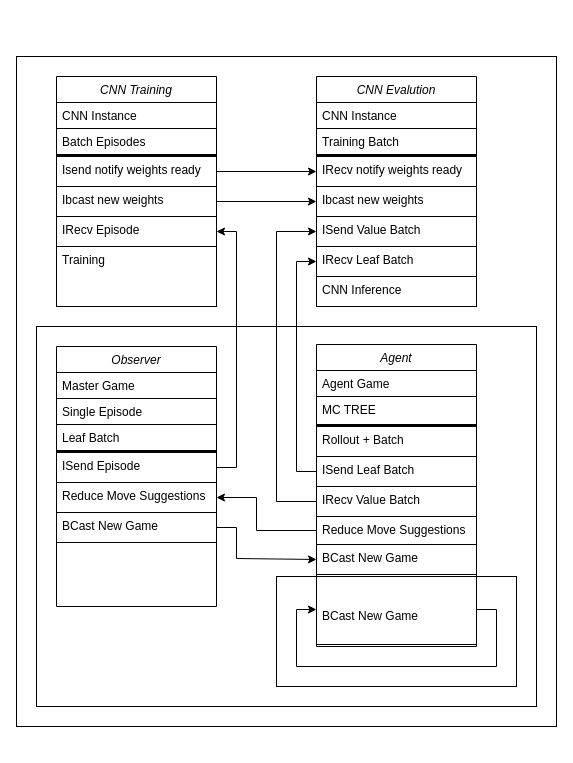
This is resources/Processes.drawio from cry-phy/rlzilatran, a draw.io file, before an edit. Source tidied: cells renumbered, new cells numbered last; positions are measured from the earlier drawing's top-left corner, leaving out a move shared by most shapes. Both pictures are drawn from the tidied source at 100%, with x=0, y=0 at pixel (16, 56).
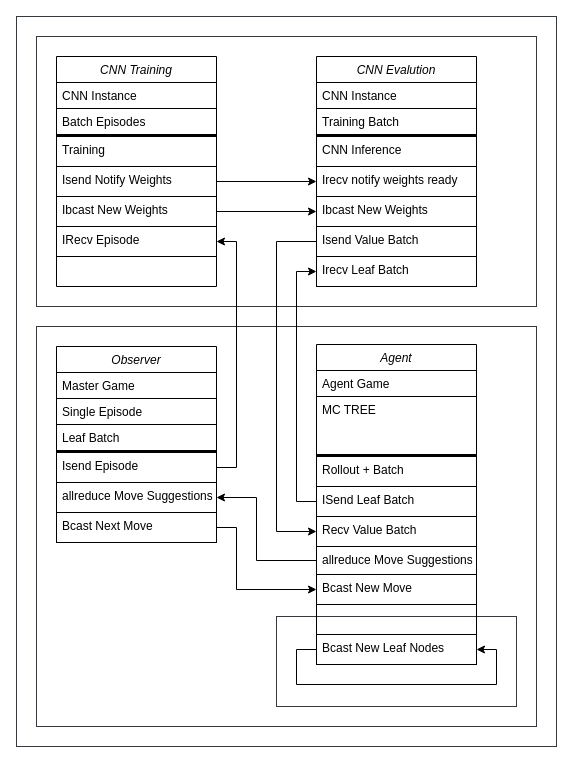
After the change.

Commit message (it also covers changes not shown here):
docs: Updated flow chart

<type>(<scope>): <subject>

Diff of the diagram source:
```diff
@@
-    <mxCell id="2" style="whiteSpace=wrap;html=1;fontColor=light-dark(#000000,#000000);strokeColor=light-dark(#000000,#000000);fillColor=none;" parent="1" vertex="1">
-      <mxGeometry width="540" height="670" as="geometry" />
+    <mxCell id="2" style="whiteSpace=wrap;html=1;fillStyle=auto;rounded=0;glass=0;fillColor=none;strokeColor=#36393d;" parent="1" vertex="1">
+      <mxGeometry y="-40" width="540" height="730" as="geometry" />
     </mxCell>
+    <mxCell id="48" style="whiteSpace=wrap;html=1;strokeColor=#36393d;fillColor=none;" parent="1" vertex="1">
+      <mxGeometry x="20" y="-20" width="500" height="270" as="geometry" />
+    </mxCell>
-    <mxCell id="3" style="whiteSpace=wrap;html=1;fontColor=light-dark(#000000,#000000);strokeColor=light-dark(#000000,#000000);fillColor=none;" parent="1" vertex="1">
-      <mxGeometry x="20" y="270" width="500" height="380" as="geometry" />
+    <mxCell id="3" style="whiteSpace=wrap;html=1;strokeColor=#36393d;fillColor=none;" parent="1" vertex="1">
+      <mxGeometry x="20" y="270" width="500" height="400" as="geometry" />
     </mxCell>
-    <mxCell id="4" style="whiteSpace=wrap;html=1;fontColor=light-dark(#000000,#000000);strokeColor=light-dark(#000000,#000000);fillColor=none;" parent="1" vertex="1">
-      <mxGeometry x="260" y="520" width="240" height="110" as="geometry" />
+    <mxCell id="4" style="whiteSpace=wrap;html=1;strokeColor=#36393d;fillColor=none;" parent="1" vertex="1">
+      <mxGeometry x="260" y="560" width="240" height="90" as="geometry" />
     </mxCell>
     <mxCell id="5" value="CNN Training" style="swimlane;fontStyle=2;align=center;verticalAlign=top;horizontal=1;startSize=26;rounded=0;shadow=0;strokeWidth=1;fontColor=light-dark(#000000,#000000);strokeColor=light-dark(#000000,#000000);fillColor=none;" parent="1" vertex="1">
-      <mxGeometry x="40" y="20" width="160" height="230" as="geometry" />
+      <mxGeometry x="40" width="160" height="230" as="geometry" />
     </mxCell>
@@
+    <mxCell id="12" value="Training" style="text;align=left;verticalAlign=top;spacingLeft=4;spacingRight=4;overflow=hidden;rounded=0;shadow=0;html=0;fontColor=light-dark(#000000,#000000);strokeColor=light-dark(#000000,#000000);" parent="5" vertex="1">
+      <mxGeometry y="80" width="160" height="30" as="geometry" />
+    </mxCell>
-    <mxCell id="9" value="Isend notify weights ready" style="text;align=left;verticalAlign=top;spacingLeft=4;spacingRight=4;overflow=hidden;points=[[0,0.5],[1,0.5]];portConstraint=eastwest;fontColor=light-dark(#000000,#000000);strokeColor=light-dark(#000000,#000000);" parent="5" vertex="1">
-      <mxGeometry y="80" width="160" height="30" as="geometry" />
+    <mxCell id="9" value="Isend Notify Weights" style="text;align=left;verticalAlign=top;spacingLeft=4;spacingRight=4;overflow=hidden;points=[[0,0.5],[1,0.5]];portConstraint=eastwest;fontColor=light-dark(#000000,#000000);strokeColor=light-dark(#000000,#000000);" parent="5" vertex="1">
+      <mxGeometry y="110" width="160" height="30" as="geometry" />
     </mxCell>
-    <mxCell id="10" value="Ibcast new weights" style="text;align=left;verticalAlign=top;spacingLeft=4;spacingRight=4;overflow=hidden;points=[[0,0.5],[1,0.5]];portConstraint=eastwest;rounded=0;shadow=0;html=0;fontColor=light-dark(#000000,#000000);strokeColor=light-dark(#000000,#000000);" parent="5" vertex="1">
-      <mxGeometry y="110" width="160" height="30" as="geometry" />
+    <mxCell id="10" value="Ibcast New Weights" style="text;align=left;verticalAlign=top;spacingLeft=4;spacingRight=4;overflow=hidden;points=[[0,0.5],[1,0.5]];portConstraint=eastwest;rounded=0;shadow=0;html=0;fontColor=light-dark(#000000,#000000);strokeColor=light-dark(#000000,#000000);" parent="5" vertex="1">
+      <mxGeometry y="140" width="160" height="30" as="geometry" />
     </mxCell>
     <mxCell id="11" value="IRecv Episode" style="text;align=left;verticalAlign=top;spacingLeft=4;spacingRight=4;overflow=hidden;points=[[0,0.5],[1,0.5]];portConstraint=eastwest;rounded=0;shadow=0;html=0;fontColor=light-dark(#000000,#000000);strokeColor=light-dark(#000000,#000000);" parent="5" vertex="1">
-      <mxGeometry y="140" width="160" height="30" as="geometry" />
+      <mxGeometry y="170" width="160" height="30" as="geometry" />
     </mxCell>
-    <mxCell id="12" value="Training" style="text;align=left;verticalAlign=top;spacingLeft=4;spacingRight=4;overflow=hidden;rounded=0;shadow=0;html=0;fontColor=light-dark(#000000,#000000);strokeColor=light-dark(#000000,#000000);" parent="5" vertex="1">
-      <mxGeometry y="170" width="160" height="60" as="geometry" />
-    </mxCell>
     <mxCell id="13" value="CNN Evalution" style="swimlane;fontStyle=2;align=center;verticalAlign=top;horizontal=1;startSize=26;rounded=0;shadow=0;strokeWidth=1;fontColor=light-dark(#000000,#000000);strokeColor=light-dark(#000000,#000000);fillColor=none;" parent="1" vertex="1">
-      <mxGeometry x="300" y="20" width="160" height="230" as="geometry" />
+      <mxGeometry x="300" width="160" height="230" as="geometry" />
     </mxCell>
@@
+    <mxCell id="21" value="CNN Inference " style="text;align=left;verticalAlign=top;spacingLeft=4;spacingRight=4;overflow=hidden;rounded=0;shadow=0;html=0;fontColor=light-dark(#000000,#000000);strokeColor=light-dark(#000000,#000000);" parent="13" vertex="1">
+      <mxGeometry y="80" width="160" height="30" as="geometry" />
+    </mxCell>
-    <mxCell id="17" value="IRecv notify weights ready" style="text;align=left;verticalAlign=top;spacingLeft=4;spacingRight=4;overflow=hidden;points=[[0,0.5],[1,0.5]];portConstraint=eastwest;rounded=0;shadow=0;html=0;fontColor=light-dark(#000000,#000000);strokeColor=light-dark(#000000,#000000);" parent="13" vertex="1">
-      <mxGeometry y="80" width="160" height="30" as="geometry" />
+    <mxCell id="17" value="Irecv notify weights ready" style="text;align=left;verticalAlign=top;spacingLeft=4;spacingRight=4;overflow=hidden;points=[[0,0.5],[1,0.5]];portConstraint=eastwest;rounded=0;shadow=0;html=0;fontColor=light-dark(#000000,#000000);strokeColor=light-dark(#000000,#000000);" parent="13" vertex="1">
+      <mxGeometry y="110" width="160" height="30" as="geometry" />
     </mxCell>
-    <mxCell id="18" value="Ibcast new weights" style="text;align=left;verticalAlign=top;spacingLeft=4;spacingRight=4;overflow=hidden;points=[[0,0.5],[1,0.5]];portConstraint=eastwest;rounded=0;shadow=0;html=0;fontColor=light-dark(#000000,#000000);strokeColor=light-dark(#000000,#000000);" parent="13" vertex="1">
-      <mxGeometry y="110" width="160" height="30" as="geometry" />
+    <mxCell id="18" value="Ibcast New Weights" style="text;align=left;verticalAlign=top;spacingLeft=4;spacingRight=4;overflow=hidden;points=[[0,0.5],[1,0.5]];portConstraint=eastwest;rounded=0;shadow=0;html=0;fontColor=light-dark(#000000,#000000);strokeColor=light-dark(#000000,#000000);" parent="13" vertex="1">
+      <mxGeometry y="140" width="160" height="30" as="geometry" />
     </mxCell>
-    <mxCell id="19" value="ISend Value Batch" style="text;align=left;verticalAlign=top;spacingLeft=4;spacingRight=4;overflow=hidden;points=[[0,0.5],[1,0.5]];portConstraint=eastwest;rounded=0;shadow=0;html=0;fontColor=light-dark(#000000,#000000);strokeColor=light-dark(#000000,#000000);" parent="13" vertex="1">
-      <mxGeometry y="140" width="160" height="30" as="geometry" />
+    <mxCell id="19" value="Isend Value Batch" style="text;align=left;verticalAlign=top;spacingLeft=4;spacingRight=4;overflow=hidden;points=[[0,0.5],[1,0.5]];portConstraint=eastwest;rounded=0;shadow=0;html=0;fontColor=light-dark(#000000,#000000);strokeColor=light-dark(#000000,#000000);" parent="13" vertex="1">
+      <mxGeometry y="170" width="160" height="30" as="geometry" />
     </mxCell>
-    <mxCell id="20" value="IRecv Leaf Batch" style="text;align=left;verticalAlign=top;spacingLeft=4;spacingRight=4;overflow=hidden;points=[[0,0.5],[1,0.5]];portConstraint=eastwest;rounded=0;shadow=0;html=0;fontColor=light-dark(#000000,#000000);strokeColor=light-dark(#000000,#000000);" parent="13" vertex="1">
-      <mxGeometry y="170" width="160" height="30" as="geometry" />
+    <mxCell id="20" value="Irecv Leaf Batch" style="text;align=left;verticalAlign=top;spacingLeft=4;spacingRight=4;overflow=hidden;points=[[0,0.5],[1,0.5]];portConstraint=eastwest;rounded=0;shadow=0;html=0;fontColor=light-dark(#000000,#000000);strokeColor=light-dark(#000000,#000000);" parent="13" vertex="1">
+      <mxGeometry y="200" width="160" height="30" as="geometry" />
     </mxCell>
-    <mxCell id="21" value="CNN Inference " style="text;align=left;verticalAlign=top;spacingLeft=4;spacingRight=4;overflow=hidden;rounded=0;shadow=0;html=0;fontColor=light-dark(#000000,#000000);strokeColor=light-dark(#000000,#000000);" parent="13" vertex="1">
-      <mxGeometry y="200" width="160" height="30" as="geometry" />
-    </mxCell>
     <mxCell id="22" value="Observer" style="swimlane;fontStyle=2;align=center;verticalAlign=top;horizontal=1;startSize=26;rounded=0;shadow=0;strokeWidth=1;fontColor=light-dark(#000000,#000000);strokeColor=light-dark(#000000,#000000);fillColor=none;" parent="1" vertex="1">
-      <mxGeometry x="40" y="290" width="160" height="260" as="geometry" />
+      <mxGeometry x="40" y="290" width="160" height="196" as="geometry" />
     </mxCell>
@@
-    <mxCell id="27" value="ISend Episode" style="text;align=left;verticalAlign=top;spacingLeft=4;spacingRight=4;overflow=hidden;points=[[0,0.5],[1,0.5]];portConstraint=eastwest;rounded=0;shadow=0;html=0;fontColor=light-dark(#000000,#000000);strokeColor=light-dark(#000000,#000000);" parent="22" vertex="1">
+    <mxCell id="27" value="Isend Episode" style="text;align=left;verticalAlign=top;spacingLeft=4;spacingRight=4;overflow=hidden;points=[[0,0.5],[1,0.5]];portConstraint=eastwest;rounded=0;shadow=0;html=0;fontColor=light-dark(#000000,#000000);strokeColor=light-dark(#000000,#000000);" parent="22" vertex="1">
       <mxGeometry y="106" width="160" height="30" as="geometry" />
     </mxCell>
-    <mxCell id="28" value="Reduce Move Suggestions" style="text;align=left;verticalAlign=top;spacingLeft=4;spacingRight=4;overflow=hidden;points=[[0,0.5],[1,0.5]];portConstraint=eastwest;rounded=0;shadow=0;html=0;fontColor=light-dark(#000000,#000000);strokeColor=light-dark(#000000,#000000);" parent="22" vertex="1">
+    <mxCell id="28" value="allreduce Move Suggestions" style="text;align=left;verticalAlign=top;spacingLeft=4;spacingRight=4;overflow=hidden;points=[[0,0.5],[1,0.5]];portConstraint=eastwest;rounded=0;shadow=0;html=0;fontColor=light-dark(#000000,#000000);strokeColor=light-dark(#000000,#000000);" parent="22" vertex="1">
       <mxGeometry y="136" width="160" height="30" as="geometry" />
     </mxCell>
-    <mxCell id="29" value="BCast New Game" style="text;align=left;verticalAlign=top;spacingLeft=4;spacingRight=4;overflow=hidden;points=[[0,0.5],[1,0.5]];portConstraint=eastwest;rounded=0;shadow=0;html=0;fontColor=light-dark(#000000,#000000);strokeColor=light-dark(#000000,#000000);" parent="22" vertex="1">
+    <mxCell id="29" value="Bcast Next Move" style="text;align=left;verticalAlign=top;spacingLeft=4;spacingRight=4;overflow=hidden;points=[[0,0.5],[1,0.5]];portConstraint=eastwest;rounded=0;shadow=0;html=0;fontColor=light-dark(#000000,#000000);strokeColor=light-dark(#000000,#000000);" parent="22" vertex="1">
       <mxGeometry y="166" width="160" height="30" as="geometry" />
     </mxCell>
     <mxCell id="30" value="Agent" style="swimlane;fontStyle=2;align=center;verticalAlign=top;horizontal=1;startSize=26;rounded=0;shadow=0;strokeWidth=1;fontColor=light-dark(#000000,#000000);strokeColor=light-dark(#000000,#000000);fillColor=none;" parent="1" vertex="1">
-      <mxGeometry x="300" y="288" width="160" height="302" as="geometry" />
+      <mxGeometry x="300" y="288" width="160" height="320" as="geometry" />
     </mxCell>
@@
     <mxCell id="32" value="MC TREE" style="text;align=left;verticalAlign=top;spacingLeft=4;spacingRight=4;overflow=hidden;rounded=0;shadow=0;html=0;fontColor=light-dark(#000000,#000000);strokeColor=light-dark(#000000,#000000);" parent="30" vertex="1">
-      <mxGeometry y="52" width="160" height="28" as="geometry" />
+      <mxGeometry y="52" width="160" height="58" as="geometry" />
     </mxCell>
     <mxCell id="33" style="line;html=1;strokeWidth=1;align=left;verticalAlign=middle;spacingTop=-1;spacingLeft=3;spacingRight=3;labelPosition=right;fontColor=light-dark(#000000,#000000);strokeColor=light-dark(#000000,#000000);" parent="30" vertex="1">
-      <mxGeometry y="80" width="160" height="2" as="geometry" />
+      <mxGeometry y="110" width="160" height="2" as="geometry" />
     </mxCell>
     <mxCell id="34" value="Rollout + Batch" style="text;align=left;verticalAlign=top;spacingLeft=4;spacingRight=4;overflow=hidden;rounded=0;shadow=0;html=0;fontColor=light-dark(#000000,#000000);strokeColor=light-dark(#000000,#000000);" parent="30" vertex="1">
-      <mxGeometry y="82" width="160" height="30" as="geometry" />
+      <mxGeometry y="112" width="160" height="30" as="geometry" />
     </mxCell>
     <mxCell id="35" value="ISend Leaf Batch" style="text;align=left;verticalAlign=top;spacingLeft=4;spacingRight=4;overflow=hidden;points=[[0,0.5],[1,0.5]];portConstraint=eastwest;rounded=0;shadow=0;html=0;fontColor=light-dark(#000000,#000000);strokeColor=light-dark(#000000,#000000);" parent="30" vertex="1">
-      <mxGeometry y="112" width="160" height="30" as="geometry" />
+      <mxGeometry y="142" width="160" height="30" as="geometry" />
     </mxCell>
-    <mxCell id="36" value="IRecv Value Batch" style="text;align=left;verticalAlign=top;spacingLeft=4;spacingRight=4;overflow=hidden;points=[[0,0.5],[1,0.5]];portConstraint=eastwest;rounded=0;shadow=0;html=0;fontColor=light-dark(#000000,#000000);strokeColor=light-dark(#000000,#000000);" parent="30" vertex="1">
-      <mxGeometry y="142" width="160" height="30" as="geometry" />
+    <mxCell id="36" value="Recv Value Batch" style="text;align=left;verticalAlign=top;spacingLeft=4;spacingRight=4;overflow=hidden;points=[[0,0.5],[1,0.5]];portConstraint=eastwest;rounded=0;shadow=0;html=0;fontColor=light-dark(#000000,#000000);strokeColor=light-dark(#000000,#000000);" parent="30" vertex="1">
+      <mxGeometry y="172" width="160" height="30" as="geometry" />
     </mxCell>
-    <mxCell id="37" value="Reduce Move Suggestions" style="text;align=left;verticalAlign=top;spacingLeft=4;spacingRight=4;overflow=hidden;points=[[0,0.5],[1,0.5]];portConstraint=eastwest;rounded=0;shadow=0;html=0;fontColor=light-dark(#000000,#000000);strokeColor=light-dark(#000000,#000000);" parent="30" vertex="1">
-      <mxGeometry y="172" width="160" height="28" as="geometry" />
+    <mxCell id="37" value="allreduce Move Suggestions" style="text;align=left;verticalAlign=top;spacingLeft=4;spacingRight=4;overflow=hidden;points=[[0,0.5],[1,0.5]];portConstraint=eastwest;rounded=0;shadow=0;html=0;fontColor=light-dark(#000000,#000000);strokeColor=light-dark(#000000,#000000);" parent="30" vertex="1">
+      <mxGeometry y="202" width="160" height="28" as="geometry" />
     </mxCell>
-    <mxCell id="38" value="BCast New Game" style="text;align=left;verticalAlign=top;spacingLeft=4;spacingRight=4;overflow=hidden;points=[[0,0.5],[1,0.5]];portConstraint=eastwest;rounded=0;shadow=0;html=0;fontColor=light-dark(#000000,#000000);strokeColor=light-dark(#000000,#000000);" parent="30" vertex="1">
-      <mxGeometry y="200" width="160" height="30" as="geometry" />
+    <mxCell id="38" value="Bcast New Move" style="text;align=left;verticalAlign=top;spacingLeft=4;spacingRight=4;overflow=hidden;points=[[0,0.5],[1,0.5]];portConstraint=eastwest;rounded=0;shadow=0;html=0;fontColor=light-dark(#000000,#000000);strokeColor=light-dark(#000000,#000000);" parent="30" vertex="1">
+      <mxGeometry y="230" width="160" height="30" as="geometry" />
     </mxCell>
+    <mxCell id="49" style="text;align=left;verticalAlign=top;spacingLeft=4;spacingRight=4;overflow=hidden;rounded=0;shadow=0;html=0;fontColor=light-dark(#000000,#000000);strokeColor=light-dark(#000000,#000000);" parent="30" vertex="1">
+      <mxGeometry y="260" width="160" height="30" as="geometry" />
+    </mxCell>
-    <mxCell id="39" value="&#10;&#10;BCast New Game" style="text;align=left;verticalAlign=top;spacingLeft=4;spacingRight=4;overflow=hidden;points=[[0,0.5],[1,0.5]];portConstraint=eastwest;rounded=0;shadow=0;html=0;fontColor=light-dark(#000000,#000000);strokeColor=light-dark(#000000,#000000);" parent="30" vertex="1">
-      <mxGeometry y="230" width="160" height="70" as="geometry" />
+    <mxCell id="39" value="Bcast New Leaf Nodes" style="text;align=left;verticalAlign=top;spacingLeft=4;spacingRight=4;overflow=hidden;points=[[0,0.5],[1,0.5]];portConstraint=eastwest;rounded=0;shadow=0;html=0;fontColor=light-dark(#000000,#000000);strokeColor=light-dark(#000000,#000000);" parent="30" vertex="1">
+      <mxGeometry y="290" width="160" height="30" as="geometry" />
     </mxCell>
-    <mxCell id="40" style="edgeStyle=orthogonalEdgeStyle;rounded=0;orthogonalLoop=1;jettySize=auto;html=1;exitX=1;exitY=0.5;exitDx=0;exitDy=0;entryX=0;entryY=0.5;entryDx=0;entryDy=0;strokeColor=light-dark(#000000,#000000);" parent="30" edge="1" source="39" target="39">
-      <mxGeometry relative="1" as="geometry">
-        <Array as="points">
-          <mxPoint x="180" y="265" />
-          <mxPoint x="180" y="322" />
-          <mxPoint x="-20" y="322" />
-          <mxPoint x="-20" y="265" />
-        </Array>
-      </mxGeometry>
+    <mxCell id="40" style="edgeStyle=orthogonalEdgeStyle;rounded=0;orthogonalLoop=1;jettySize=auto;html=1;exitX=0;exitY=0.5;exitDx=0;exitDy=0;entryX=1;entryY=0.5;entryDx=0;entryDy=0;" parent="30" edge="1" source="39" target="39">
+      <mxGeometry relative="1" as="geometry" />
     </mxCell>
@@
-    <mxCell id="43" style="edgeStyle=orthogonalEdgeStyle;rounded=0;jettySize=auto;html=1;exitX=1;exitY=0.5;exitDx=0;exitDy=0;entryX=0;entryY=0.5;entryDx=0;entryDy=0;fontColor=light-dark(#000000,#000000);strokeColor=light-dark(#000000,#000000);" parent="1" edge="1" source="29" target="38">
-      <mxGeometry relative="1" as="geometry">
-        <Array as="points">
-          <mxPoint x="220" y="471" />
-          <mxPoint x="220" y="502" />
-        </Array>
-      </mxGeometry>
-    </mxCell>
-    <mxCell id="44" style="edgeStyle=orthogonalEdgeStyle;rounded=0;jettySize=auto;html=1;exitX=0;exitY=0.5;exitDx=0;exitDy=0;entryX=1;entryY=0.5;entryDx=0;entryDy=0;fontColor=light-dark(#000000,#000000);strokeColor=light-dark(#000000,#000000);" parent="1" edge="1" source="37" target="28">
-      <mxGeometry relative="1" as="geometry">
-        <Array as="points">
-          <mxPoint x="240" y="474" />
-          <mxPoint x="240" y="441" />
-        </Array>
-      </mxGeometry>
-    </mxCell>
@@
-    <mxCell id="47" style="edgeStyle=orthogonalEdgeStyle;rounded=0;jettySize=auto;html=1;exitX=0;exitY=0.5;exitDx=0;exitDy=0;entryX=0;entryY=0.5;entryDx=0;entryDy=0;" parent="1" edge="1" source="36" target="19">
-      <mxGeometry relative="1" as="geometry">
-        <Array as="points">
-          <mxPoint x="260" y="445" />
-          <mxPoint x="260" y="175" />
-        </Array>
-      </mxGeometry>
-    </mxCell>
+    <mxCell id="43" style="edgeStyle=orthogonalEdgeStyle;rounded=0;jettySize=auto;html=1;exitX=1;exitY=0.5;exitDx=0;exitDy=0;" parent="1" edge="1" source="29" target="38">
+      <mxGeometry relative="1" as="geometry">
+        <Array as="points">
+          <mxPoint x="220" y="471" />
+          <mxPoint x="220" y="533" />
+        </Array>
+      </mxGeometry>
+    </mxCell>
+    <mxCell id="50" style="edgeStyle=orthogonalEdgeStyle;rounded=0;jettySize=auto;html=1;exitX=0;exitY=0.5;exitDx=0;exitDy=0;entryX=0;entryY=0.5;entryDx=0;entryDy=0;" parent="1" edge="1" source="19" target="36">
+      <mxGeometry relative="1" as="geometry">
+        <Array as="points">
+          <mxPoint x="260" y="185" />
+          <mxPoint x="260" y="475" />
+        </Array>
+      </mxGeometry>
+    </mxCell>
+    <mxCell id="44" style="edgeStyle=orthogonalEdgeStyle;rounded=0;jettySize=auto;html=1;exitX=0;exitY=0.5;exitDx=0;exitDy=0;entryX=1;entryY=0.5;entryDx=0;entryDy=0;" parent="1" edge="1" source="37" target="28">
+      <mxGeometry relative="1" as="geometry">
+        <Array as="points">
+          <mxPoint x="240" y="504" />
+          <mxPoint x="240" y="441" />
+        </Array>
+      </mxGeometry>
+    </mxCell>
```
